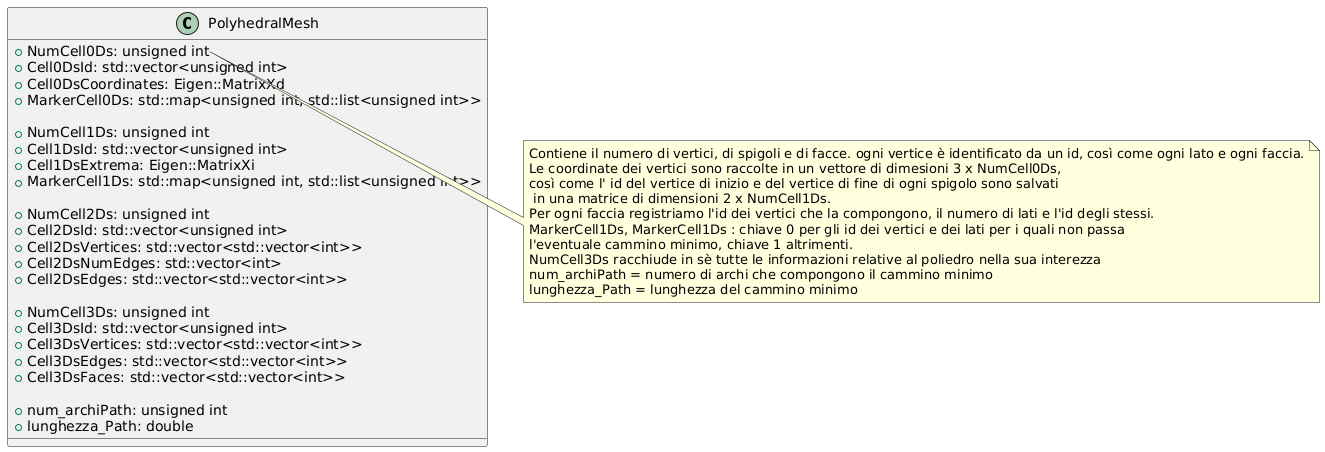
Before: UML/mesh/polyhedralMesh.png, a diagram exported from PlantUML (Mariarosa289/ProgettoPCS2025).
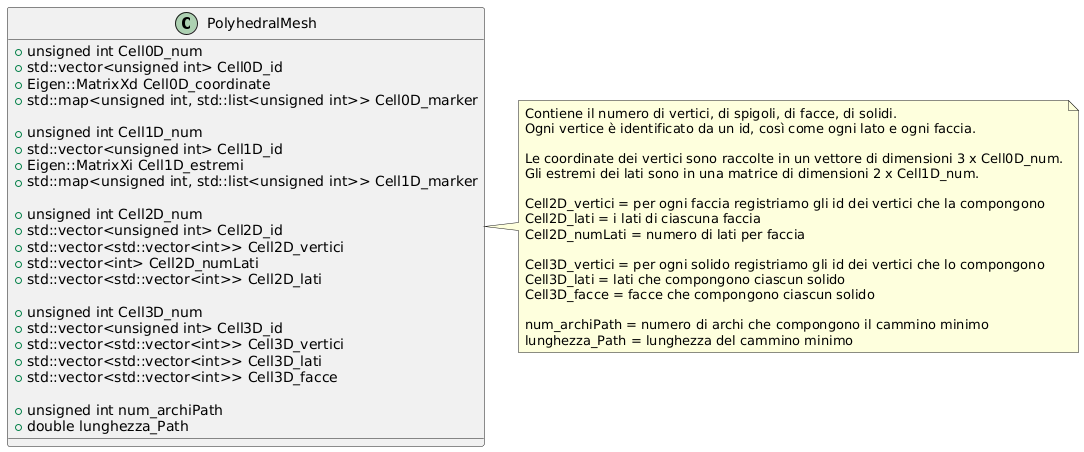
Above is the later version.

What changed in the source:
```diff
@@ -1,41 +1,47 @@
 @startuml
 class PolyhedralMesh {
-  +NumCell0Ds: unsigned int
-  +Cell0DsId: std::vector<unsigned int>
-  +Cell0DsCoordinates: Eigen::MatrixXd
-  +MarkerCell0Ds: std::map<unsigned int, std::list<unsigned int>>
+  + unsigned int Cell0D_num
+  + std::vector<unsigned int> Cell0D_id
+  + Eigen::MatrixXd Cell0D_coordinate
+  + std::map<unsigned int, std::list<unsigned int>> Cell0D_marker
 
-  +NumCell1Ds: unsigned int
-  +Cell1DsId: std::vector<unsigned int>
-  +Cell1DsExtrema: Eigen::MatrixXi
-  +MarkerCell1Ds: std::map<unsigned int, std::list<unsigned int>>
+  + unsigned int Cell1D_num
+  + std::vector<unsigned int> Cell1D_id
+  + Eigen::MatrixXi Cell1D_estremi
+  + std::map<unsigned int, std::list<unsigned int>> Cell1D_marker
 
-  +NumCell2Ds: unsigned int
-  +Cell2DsId: std::vector<unsigned int>
-  +Cell2DsVertices: std::vector<std::vector<int>>
-  +Cell2DsNumEdges: std::vector<int>
-  +Cell2DsEdges: std::vector<std::vector<int>>
+  + unsigned int Cell2D_num
+  + std::vector<unsigned int> Cell2D_id
+  + std::vector<std::vector<int>> Cell2D_vertici
+  + std::vector<int> Cell2D_numLati
+  + std::vector<std::vector<int>> Cell2D_lati
 
-  +NumCell3Ds: unsigned int
-  +Cell3DsId: std::vector<unsigned int>
-  +Cell3DsVertices: std::vector<std::vector<int>>
-  +Cell3DsEdges: std::vector<std::vector<int>>
-  +Cell3DsFaces: std::vector<std::vector<int>>
+  + unsigned int Cell3D_num
+  + std::vector<unsigned int> Cell3D_id
+  + std::vector<std::vector<int>> Cell3D_vertici
+  + std::vector<std::vector<int>> Cell3D_lati
+  + std::vector<std::vector<int>> Cell3D_facce
 
-  +num_archiPath: unsigned int
-  +lunghezza_Path: double
+  + unsigned int num_archiPath
+  + double lunghezza_Path
 }
 
-note right of PolyhedralMesh::NumCell0Ds
-Contiene il numero di vertici, di spigoli e di facce. ogni vertice è identificato da un id, così come ogni lato e ogni faccia.
-Le coordinate dei vertici sono raccolte in un vettore di dimesioni 3 x NumCell0Ds,
-così come l' id del vertice di inizio e del vertice di fine di ogni spigolo sono salvati
- in una matrice di dimensioni 2 x NumCell1Ds.
-Per ogni faccia registriamo l'id dei vertici che la compongono, il numero di lati e l'id degli stessi.
-MarkerCell1Ds, MarkerCell1Ds : chiave 0 per gli id dei vertici e dei lati per i quali non passa
-l'eventuale cammino minimo, chiave 1 altrimenti.
-NumCell3Ds racchiude in sè tutte le informazioni relative al poliedro nella sua interezza
-num_archiPath = numero di archi che compongono il cammino minimo
-lunghezza_Path = lunghezza del cammino minimo
+note right of PolyhedralMesh
+  Contiene il numero di vertici, di spigoli, di facce, di solidi.
+  Ogni vertice è identificato da un id, così come ogni lato e ogni faccia.
+
+  Le coordinate dei vertici sono raccolte in un vettore di dimensioni 3 x Cell0D_num.
+  Gli estremi dei lati sono in una matrice di dimensioni 2 x Cell1D_num.
+
+  Cell2D_vertici = per ogni faccia registriamo gli id dei vertici che la compongono
+  Cell2D_lati = i lati di ciascuna faccia
+  Cell2D_numLati = numero di lati per faccia
+
+  Cell3D_vertici = per ogni solido registriamo gli id dei vertici che lo compongono
+  Cell3D_lati = lati che compongono ciascun solido
+  Cell3D_facce = facce che compongono ciascun solido
+
+  num_archiPath = numero di archi che compongono il cammino minimo
+  lunghezza_Path = lunghezza del cammino minimo
 end note
 @enduml
```
